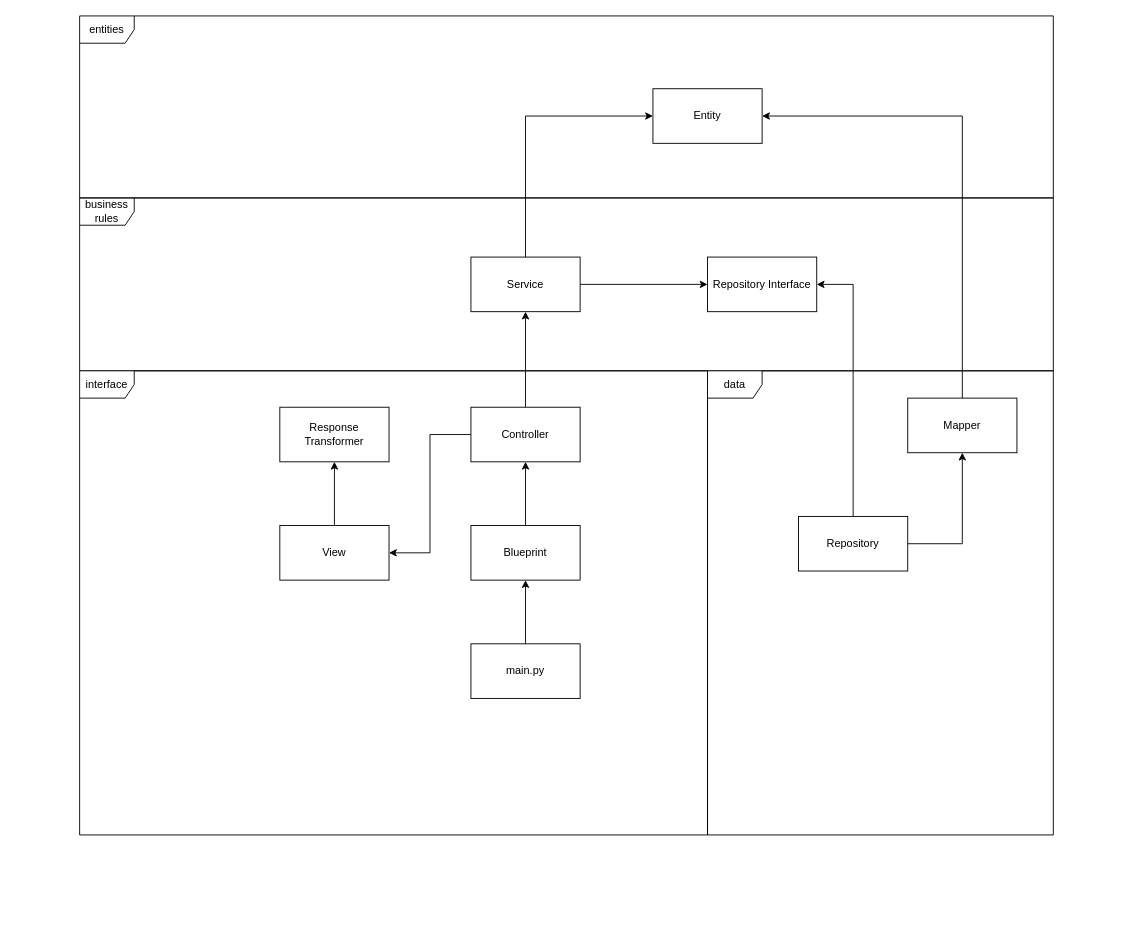
Earlier version of the draw.io diagram page "Сторінка-1" (1 of 2) of docs/ukubuka_arch.drawio (VadymHutei/ukubuka). Source tidied: cells renumbered, new cells numbered last; positions are measured from the earlier drawing's top-left corner, leaving out a move shared by most shapes. Both pictures are drawn from the tidied source at 91%, with x=0, y=0 at pixel (79, 15).
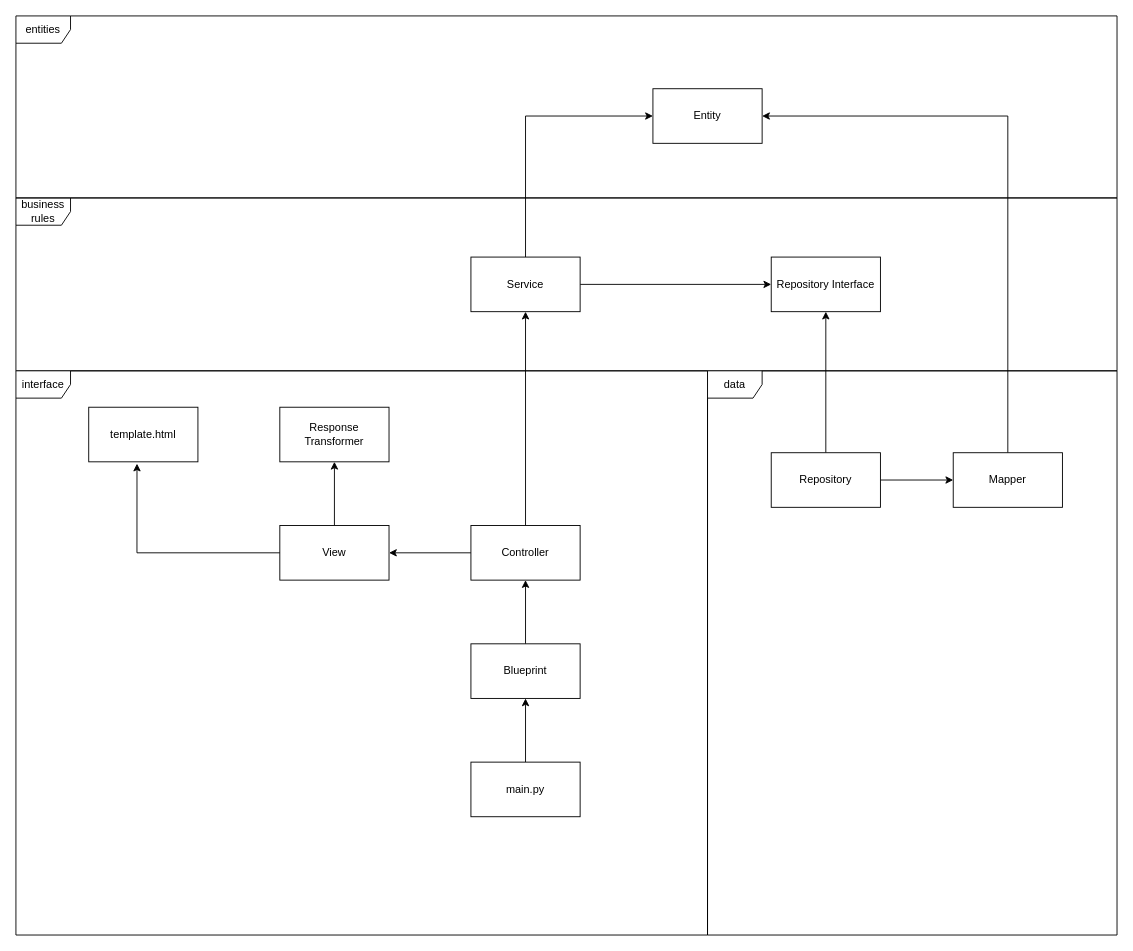
The same page after the edit.

Unchanged cells that the change refers to:
```xml
<mxCell id="24" value="View" style="rounded=0;whiteSpace=wrap;html=1;" parent="1" vertex="1">
  <mxGeometry x="220" y="560" width="120" height="60" as="geometry" />
</mxCell>
```

The edit, as a diff of the source:
```diff
@@
+    <mxCell id="7" style="edgeStyle=orthogonalEdgeStyle;rounded=0;jettySize=auto;html=1;exitX=1;exitY=0.5;exitDx=0;exitDy=0;" parent="1" edge="1" source="8" target="11">
+      <mxGeometry relative="1" as="geometry" />
+    </mxCell>
-    <mxCell id="6" style="edgeStyle=orthogonalEdgeStyle;rounded=0;jettySize=auto;html=1;exitX=0.5;exitY=0;exitDx=0;exitDy=0;entryX=1;entryY=0.5;entryDx=0;entryDy=0;" parent="1" edge="1" source="8" target="9">
+    <mxCell id="6" style="edgeStyle=orthogonalEdgeStyle;rounded=0;jettySize=auto;html=1;exitX=0.5;exitY=0;exitDx=0;exitDy=0;entryX=0.5;entryY=1;entryDx=0;entryDy=0;" parent="1" edge="1" source="8" target="9">
       <mxGeometry relative="1" as="geometry" />
     </mxCell>
-    <mxCell id="7" style="edgeStyle=orthogonalEdgeStyle;rounded=0;jettySize=auto;html=1;exitX=1;exitY=0.5;exitDx=0;exitDy=0;" parent="1" edge="1" source="8" target="11">
-      <mxGeometry relative="1" as="geometry" />
-    </mxCell>
     <mxCell id="8" value="Repository" style="rounded=0;whiteSpace=wrap;html=1;" parent="1" vertex="1">
-      <mxGeometry x="790" y="550" width="120" height="60" as="geometry" />
+      <mxGeometry x="760" y="480" width="120" height="60" as="geometry" />
     </mxCell>
     <mxCell id="9" value="Repository Interface" style="rounded=0;whiteSpace=wrap;html=1;" parent="1" vertex="1">
-      <mxGeometry x="690" y="265" width="120" height="60" as="geometry" />
+      <mxGeometry x="760" y="265" width="120" height="60" as="geometry" />
     </mxCell>
@@
     <mxCell id="11" value="Mapper" style="rounded=0;whiteSpace=wrap;html=1;" parent="1" vertex="1">
-      <mxGeometry x="910" y="420" width="120" height="60" as="geometry" />
+      <mxGeometry x="960" y="480" width="120" height="60" as="geometry" />
     </mxCell>
@@
     <mxCell id="14" value="Controller" style="rounded=0;whiteSpace=wrap;html=1;" parent="1" vertex="1">
-      <mxGeometry x="430" y="430" width="120" height="60" as="geometry" />
+      <mxGeometry x="430" y="560" width="120" height="60" as="geometry" />
     </mxCell>
@@
     <mxCell id="16" value="Blueprint" style="rounded=0;whiteSpace=wrap;html=1;" parent="1" vertex="1">
-      <mxGeometry x="430" y="560" width="120" height="60" as="geometry" />
+      <mxGeometry x="430" y="690" width="120" height="60" as="geometry" />
     </mxCell>
     <mxCell id="17" value="business rules" style="shape=umlFrame;whiteSpace=wrap;html=1;" parent="1" vertex="1">
-      <mxGeometry y="200" width="1070" height="190" as="geometry" />
+      <mxGeometry x="-70" y="200" width="1210" height="190" as="geometry" />
     </mxCell>
     <mxCell id="18" value="interface" style="shape=umlFrame;whiteSpace=wrap;html=1;" parent="1" vertex="1">
-      <mxGeometry y="390" width="690" height="510" as="geometry" />
+      <mxGeometry x="-70" y="390" width="760" height="620" as="geometry" />
     </mxCell>
     <mxCell id="19" value="data" style="shape=umlFrame;whiteSpace=wrap;html=1;" parent="1" vertex="1">
-      <mxGeometry x="690" y="390" width="380" height="510" as="geometry" />
+      <mxGeometry x="690" y="390" width="450" height="620" as="geometry" />
     </mxCell>
     <mxCell id="20" value="entities" style="shape=umlFrame;whiteSpace=wrap;html=1;" parent="1" vertex="1">
-      <mxGeometry width="1070" height="200" as="geometry" />
+      <mxGeometry x="-70" width="1210" height="200" as="geometry" />
     </mxCell>
-    <mxCell id="21" style="edgeStyle=orthogonalEdgeStyle;rounded=0;jettySize=auto;html=1;exitX=0.5;exitY=0;exitDx=0;exitDy=0;entryX=0.5;entryY=1;entryDx=0;entryDy=0;" parent="1" edge="1" source="22" target="16">
+    <mxCell id="21" style="edgeStyle=orthogonalEdgeStyle;rounded=0;jettySize=auto;html=1;exitX=0.5;exitY=0;exitDx=0;exitDy=0;" parent="1" edge="1" source="22" target="16">
       <mxGeometry relative="1" as="geometry" />
     </mxCell>
     <mxCell id="22" value="main.py" style="rounded=0;whiteSpace=wrap;html=1;" parent="1" vertex="1">
-      <mxGeometry x="430" y="690" width="120" height="60" as="geometry" />
+      <mxGeometry x="430" y="820" width="120" height="60" as="geometry" />
     </mxCell>
@@
+    <mxCell id="26" value="template.html" style="rounded=0;whiteSpace=wrap;html=1;" parent="1" vertex="1">
+      <mxGeometry x="10" y="430" width="120" height="60" as="geometry" />
+    </mxCell>
+    <mxCell id="27" style="edgeStyle=orthogonalEdgeStyle;rounded=0;jettySize=auto;html=1;exitX=0;exitY=0.5;exitDx=0;exitDy=0;entryX=0.442;entryY=1.033;entryDx=0;entryDy=0;entryPerimeter=0;" parent="1" edge="1" source="24" target="26">
+      <mxGeometry relative="1" as="geometry" />
+    </mxCell>
```
